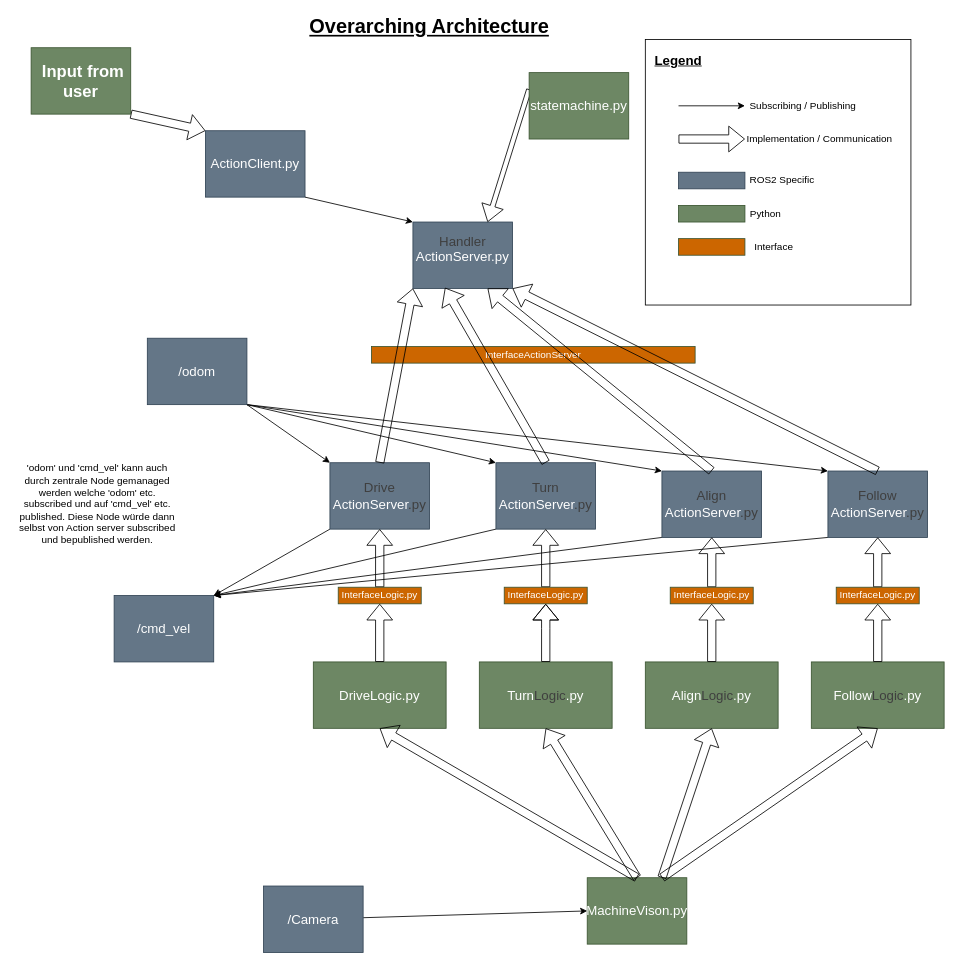
Earlier version of the draw.io diagram Doku/Präsi/Software_arch.drawio (yaba-source/canalchecker). Source tidied: cells renumbered, new cells numbered last; positions are measured from the earlier drawing's top-left corner, leaving out a move shared by most shapes. Both pictures are drawn from the tidied source at 83%, with x=0, y=0 at pixel (14, 14).
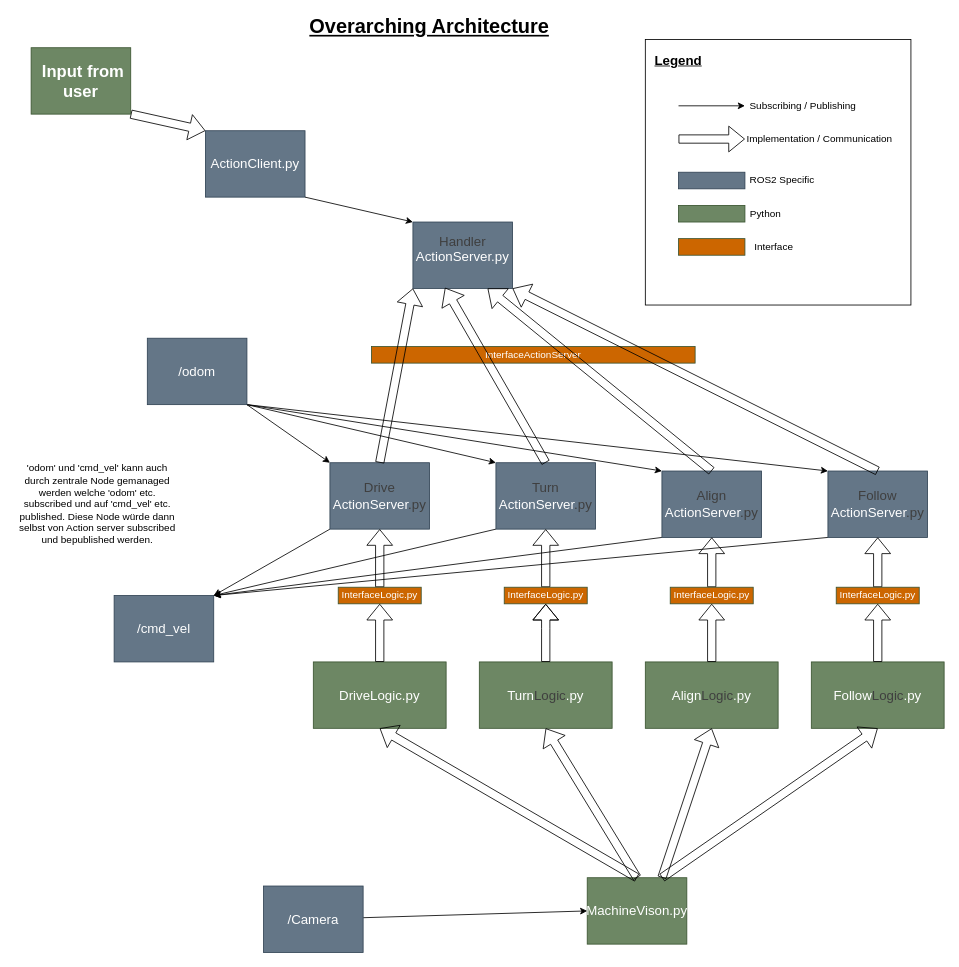
After the change.

Commit message:
änderung Draw io

The change refers to these unchanged cells:
```xml
<mxCell id="7" value="&lt;div&gt;&lt;font style=&quot;font-size: 16px;&quot;&gt;&lt;span style=&quot;color: rgb(63, 63, 63);&quot;&gt;Handler&lt;/span&gt;&lt;/font&gt;&lt;/div&gt;&lt;font style=&quot;font-size: 16px;&quot;&gt;ActionServer.py&lt;/font&gt;&lt;div&gt;&lt;br&gt;&lt;/div&gt;" style="rounded=0;whiteSpace=wrap;html=1;fillColor=#647687;fontColor=#ffffff;strokeColor=#314354;" parent="1" vertex="1">
  <mxGeometry x="480" y="250" width="120" height="80" as="geometry" />
</mxCell>
```

Change to the diagram source:
```diff
@@
-    <mxCell id="15" style="edgeStyle=none;html=1;exitX=0;exitY=0.25;exitDx=0;exitDy=0;entryX=0.75;entryY=0;entryDx=0;entryDy=0;shape=flexArrow;width=5.882352941176471;endSize=6.176470588235294;" parent="1" edge="1" source="16" target="7">
-      <mxGeometry relative="1" as="geometry" />
-    </mxCell>
-    <mxCell id="16" value="&lt;span style=&quot;font-size: 16px;&quot;&gt;statemachine.py&lt;/span&gt;" style="rounded=0;whiteSpace=wrap;html=1;fillColor=#6d8764;fontColor=#ffffff;strokeColor=#3A5431;" parent="1" vertex="1">
-      <mxGeometry x="620" y="70" width="120" height="80" as="geometry" />
-    </mxCell>
```
